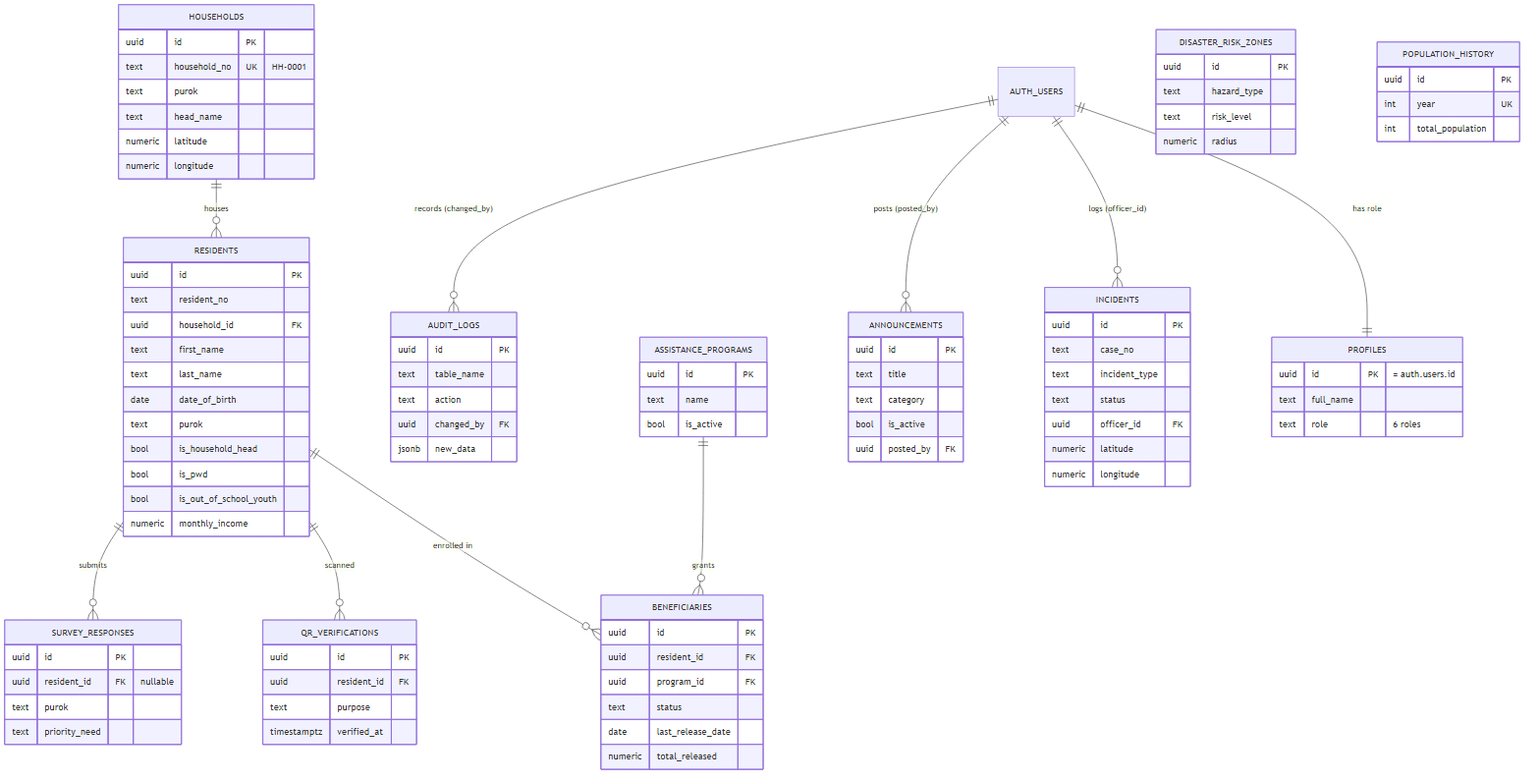
Above: diagrams/erd.png in KellyEspera/protect (Mermaid), before the change. Its source is kept beside it as diagrams/erd.mmd.
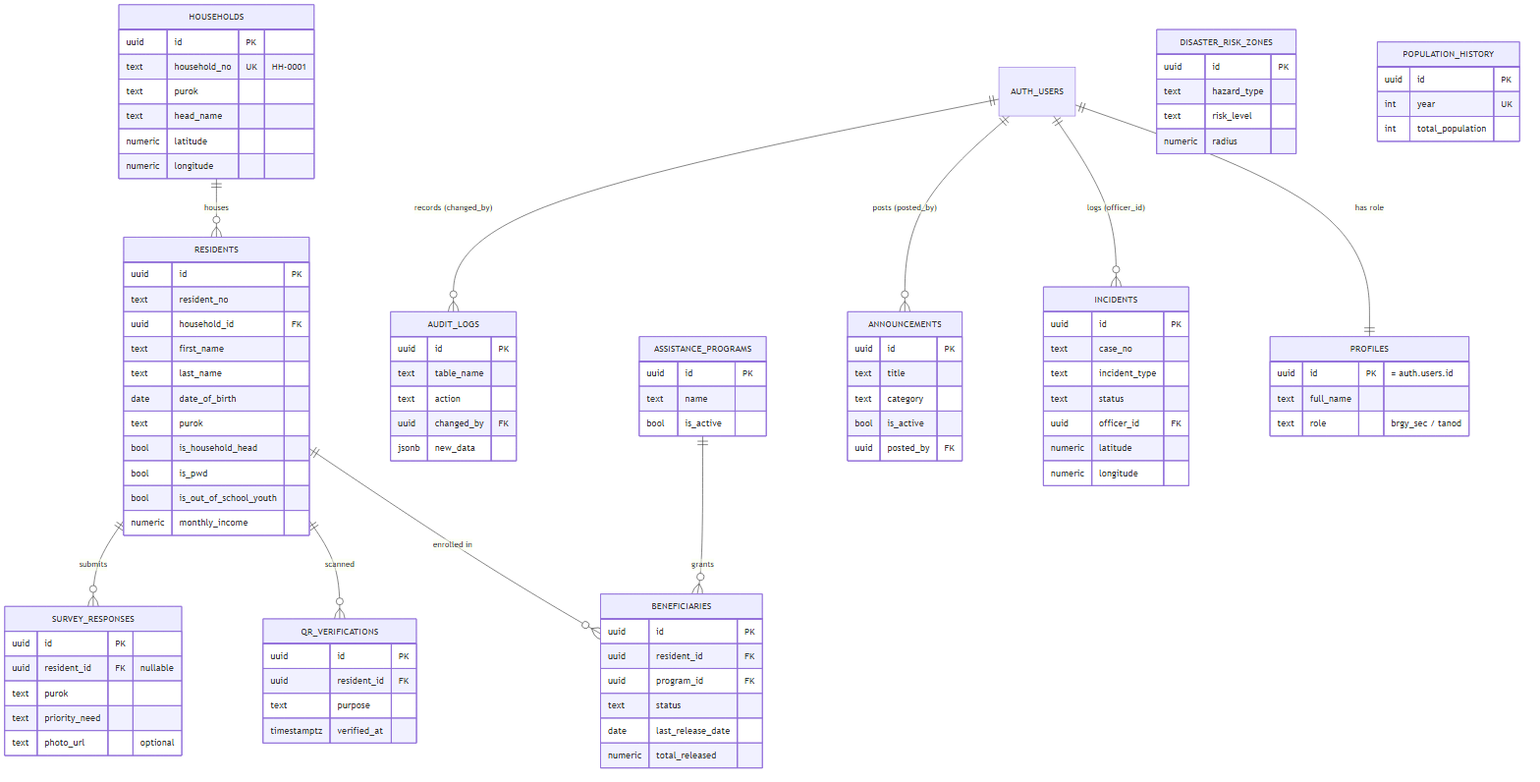
After the commit.

The edit, as a diff of the source:
```diff
@@ -12,7 +12,7 @@
     PROFILES {
         uuid id PK "= auth.users.id"
         text full_name
-        text role "6 roles"
+        text role "brgy_sec / tanod"
     }
     HOUSEHOLDS {
         uuid id PK
@@ -59,6 +59,7 @@
         uuid resident_id FK "nullable"
         text purok
         text priority_need
+        text photo_url "optional"
     }
     INCIDENTS {
         uuid id PK
```
